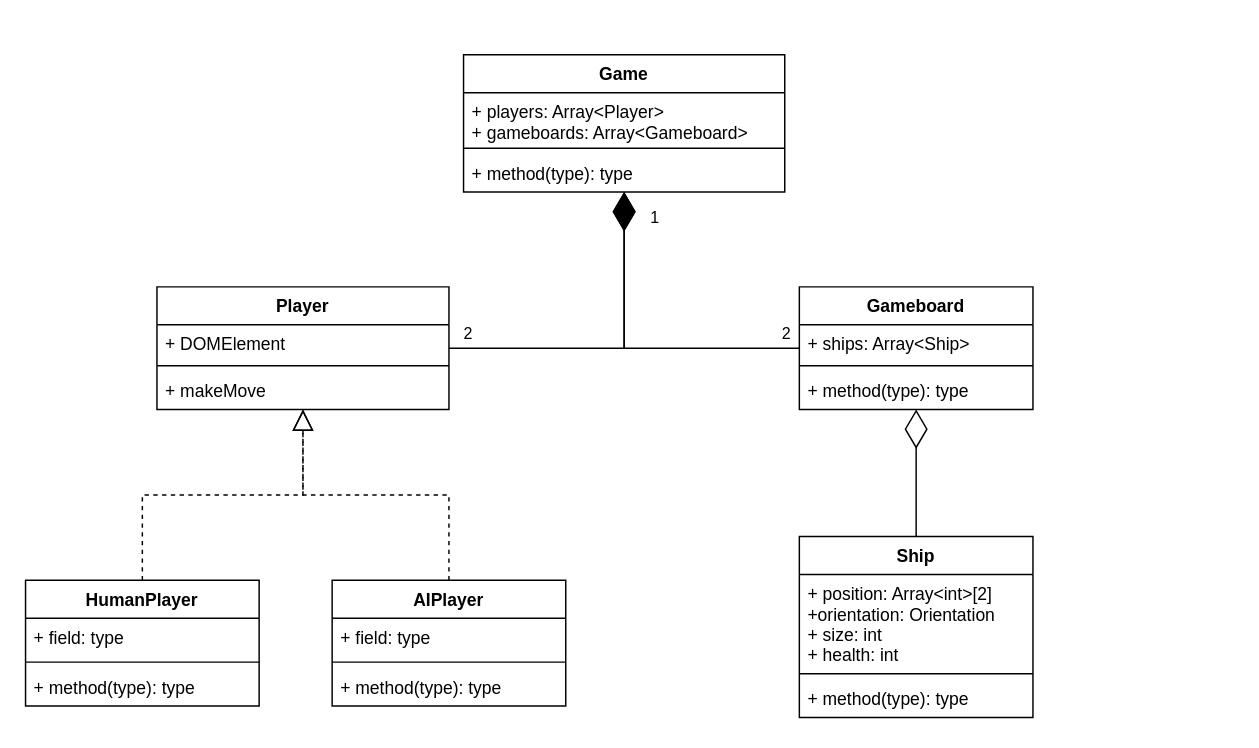
This is docs/Battleship.drawio from Joxiaren/WebBattleship, a draw.io file, before an edit. Source tidied: cells renumbered, new cells numbered last; positions are measured from the earlier drawing's top-left corner, leaving out a move shared by most shapes. Both pictures are drawn from the tidied source at 146%, with x=0, y=0 at pixel (25, 54).
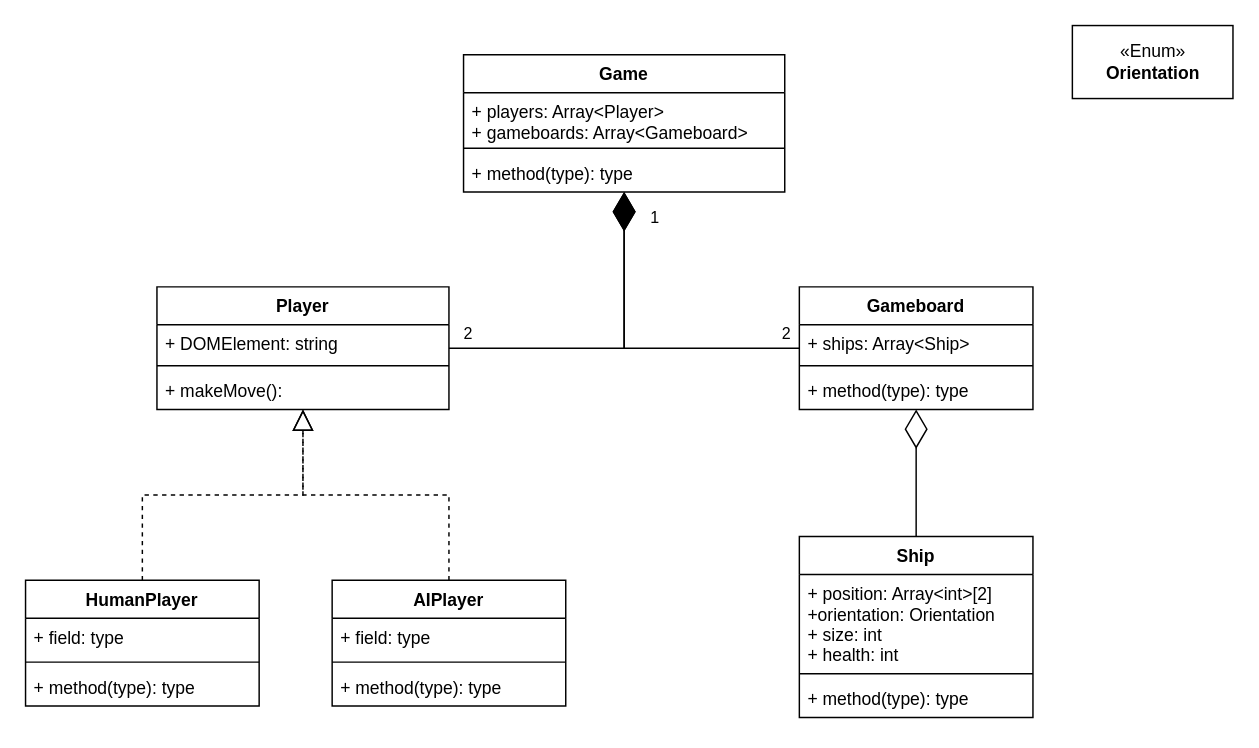
After the change.

Unchanged cells that the change refers to:
```xml
<mxCell id="10" value="Player" style="swimlane;fontStyle=1;align=center;verticalAlign=top;horizontal=1;startSize=26;" parent="1" vertex="1">
  <mxGeometry x="90" y="159" width="200" height="84" as="geometry" />
</mxCell>
```

Change to the diagram source:
```diff
@@
-    <mxCell id="11" value="+ DOMElement" style="text;strokeColor=none;fillColor=none;align=left;verticalAlign=top;spacingLeft=4;spacingRight=4;overflow=hidden;" parent="10" vertex="1">
+    <mxCell id="11" value="+ DOMElement: string" style="text;strokeColor=none;fillColor=none;align=left;verticalAlign=top;spacingLeft=4;spacingRight=4;overflow=hidden;" parent="10" vertex="1">
       <mxGeometry y="26" width="200" height="24" as="geometry" />
     </mxCell>
@@
-    <mxCell id="13" value="+ makeMove" style="text;strokeColor=none;fillColor=none;align=left;verticalAlign=top;spacingLeft=4;spacingRight=4;overflow=hidden;" parent="10" vertex="1">
+    <mxCell id="13" value="+ makeMove(): " style="text;strokeColor=none;fillColor=none;align=left;verticalAlign=top;spacingLeft=4;spacingRight=4;overflow=hidden;" parent="10" vertex="1">
       <mxGeometry y="58" width="200" height="26" as="geometry" />
     </mxCell>
@@
+    <mxCell id="34" value="«Enum»&lt;br&gt;&lt;b&gt;Orientation&lt;/b&gt;" style="html=1;" parent="1" vertex="1">
+      <mxGeometry x="717" y="-20" width="110" height="50" as="geometry" />
+    </mxCell>
```
